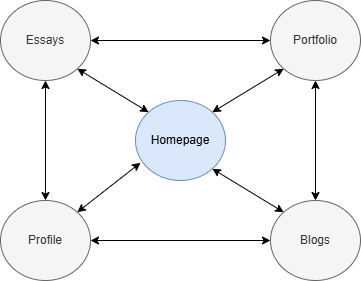
This is images/UserFlow.png from nthsemboshilowa/DIGA3008A, a draw.io export, as it was before one commit. Source tidied: cells renumbered, new cells last; positions are measured from the earlier drawing's top-left corner, leaving out a move shared by most shapes.
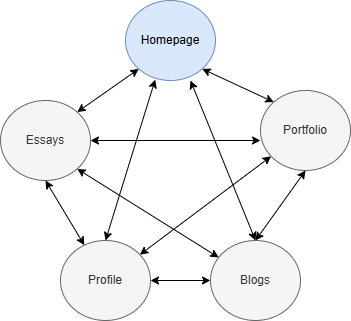
Above is the later version.

Change to the diagram source:
```diff
@@ -3,23 +3,20 @@
     <mxCell id="0" />
     <mxCell id="1" parent="0" />
     <mxCell id="2" value="Homepage" style="ellipse;whiteSpace=wrap;html=1;fillColor=#dae8fc;strokeColor=#6c8ebf;" parent="1" vertex="1">
-      <mxGeometry x="135" y="100" width="90" height="80" as="geometry" />
+      <mxGeometry x="135" y="-80" width="90" height="80" as="geometry" />
     </mxCell>
     <mxCell id="3" value="Essays" style="ellipse;whiteSpace=wrap;html=1;fillColor=#f5f5f5;strokeColor=#666666;fontColor=#333333;" parent="1" vertex="1">
-      <mxGeometry width="90" height="80" as="geometry" />
+      <mxGeometry x="10" y="20" width="90" height="80" as="geometry" />
     </mxCell>
     <mxCell id="4" value="Profile" style="ellipse;whiteSpace=wrap;html=1;fillColor=#f5f5f5;strokeColor=#666666;fontColor=#333333;" parent="1" vertex="1">
-      <mxGeometry y="200" width="90" height="80" as="geometry" />
+      <mxGeometry x="70" y="160" width="90" height="80" as="geometry" />
     </mxCell>
     <mxCell id="5" value="Portfolio" style="ellipse;whiteSpace=wrap;html=1;fillColor=#f5f5f5;strokeColor=#666666;fontColor=#333333;" parent="1" vertex="1">
-      <mxGeometry x="270" width="90" height="80" as="geometry" />
+      <mxGeometry x="270" y="10" width="90" height="80" as="geometry" />
     </mxCell>
     <mxCell id="6" value="Blogs" style="ellipse;whiteSpace=wrap;html=1;fillColor=#f5f5f5;strokeColor=#666666;fontColor=#333333;" parent="1" vertex="1">
-      <mxGeometry x="270" y="200" width="90" height="80" as="geometry" />
+      <mxGeometry x="220" y="160" width="90" height="80" as="geometry" />
     </mxCell>
-    <mxCell id="7" style="endArrow=classic;startArrow=classic;html=1;rounded=0;exitX=1;exitY=0.5;exitDx=0;exitDy=0;entryX=0;entryY=0.5;entryDx=0;entryDy=0;" parent="1" edge="1" source="3" target="5">
-      <mxGeometry relative="1" as="geometry" />
-    </mxCell>
     <mxCell id="8" style="endArrow=classic;startArrow=classic;html=1;rounded=0;entryX=0.5;entryY=1;entryDx=0;entryDy=0;exitX=0.5;exitY=0;exitDx=0;exitDy=0;" parent="1" edge="1" source="6" target="5">
       <mxGeometry relative="1" as="geometry" />
     </mxCell>
@@ -29,17 +26,28 @@
     <mxCell id="10" style="endArrow=classic;startArrow=classic;html=1;rounded=0;exitX=1;exitY=0.5;exitDx=0;exitDy=0;entryX=0;entryY=0.5;entryDx=0;entryDy=0;" parent="1" edge="1" source="4" target="6">
       <mxGeometry relative="1" as="geometry" />
     </mxCell>
-    <mxCell id="11" style="endArrow=classic;startArrow=classic;html=1;rounded=0;entryX=1;entryY=1;entryDx=0;entryDy=0;exitX=0;exitY=0;exitDx=0;exitDy=0;" parent="1" edge="1" source="2" target="3">
-      <mxGeometry relative="1" as="geometry" />
-    </mxCell>
-    <mxCell id="12" style="endArrow=classic;startArrow=classic;html=1;rounded=0;entryX=0;entryY=1;entryDx=0;entryDy=0;exitX=1;exitY=0;exitDx=0;exitDy=0;" parent="1" edge="1" source="2" target="5">
+    <mxCell id="12" style="endArrow=classic;startArrow=classic;html=1;rounded=0;entryX=0;entryY=0;entryDx=0;entryDy=0;exitX=1;exitY=1;exitDx=0;exitDy=0;" parent="1" edge="1" source="2" target="5">
       <mxGeometry relative="1" as="geometry" />
     </mxCell>
+    <mxCell id="15" style="endArrow=classic;startArrow=classic;html=1;rounded=0;entryX=0;entryY=1;entryDx=0;entryDy=0;exitX=1;exitY=0;exitDx=0;exitDy=0;" parent="1" edge="1" source="3" target="2">
+      <mxGeometry relative="1" as="geometry" />
+    </mxCell>
-    <mxCell id="13" style="endArrow=classic;startArrow=classic;html=1;rounded=0;entryX=0.056;entryY=0.778;entryDx=0;entryDy=0;entryPerimeter=0;exitX=1;exitY=0;exitDx=0;exitDy=0;" parent="1" edge="1" source="4" target="2">
+    <mxCell id="13" style="endArrow=classic;startArrow=classic;html=1;rounded=0;entryX=0.33;entryY=0.989;entryDx=0;entryDy=0;exitX=0.5;exitY=0;exitDx=0;exitDy=0;entryPerimeter=0;" parent="1" edge="1" source="4" target="2">
       <mxGeometry relative="1" as="geometry" />
     </mxCell>
+    <mxCell id="16" style="endArrow=classic;startArrow=classic;html=1;rounded=0;" parent="1" edge="1" source="4" target="5">
+      <mxGeometry relative="1" as="geometry" />
+    </mxCell>
-    <mxCell id="14" style="endArrow=classic;startArrow=classic;html=1;rounded=0;entryX=1;entryY=1;entryDx=0;entryDy=0;exitX=0;exitY=0;exitDx=0;exitDy=0;" parent="1" edge="1" source="6" target="2">
+    <mxCell id="14" style="endArrow=classic;startArrow=classic;html=1;rounded=0;exitX=0.5;exitY=0;exitDx=0;exitDy=0;entryX=0.722;entryY=1;entryDx=0;entryDy=0;entryPerimeter=0;" parent="1" edge="1" source="6" target="2">
       <mxGeometry relative="1" as="geometry" />
     </mxCell>
+    <mxCell id="17" style="endArrow=classic;startArrow=classic;html=1;rounded=0;exitX=1;exitY=0.5;exitDx=0;exitDy=0;" parent="1" edge="1" source="3">
+      <mxGeometry relative="1" as="geometry">
+        <mxPoint x="270" y="60" as="targetPoint" />
+      </mxGeometry>
+    </mxCell>
+    <mxCell id="18" style="endArrow=classic;startArrow=classic;html=1;rounded=0;exitX=1;exitY=1;exitDx=0;exitDy=0;" parent="1" edge="1" source="3" target="6">
+      <mxGeometry relative="1" as="geometry" />
+    </mxCell>
   </root>
 </mxGraphModel>
```
